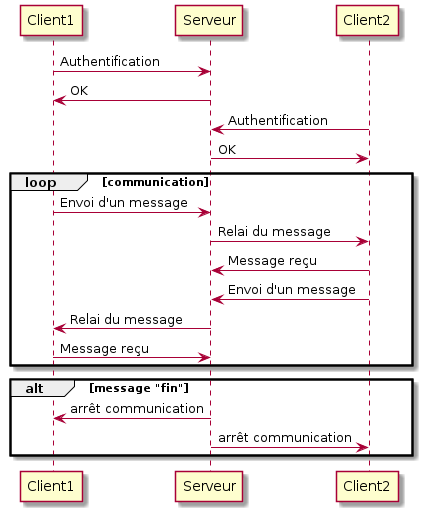
Before: out/diagseq/diagseq.png, a diagram exported from PlantUML (DisaroSkell/raipon_FDP).
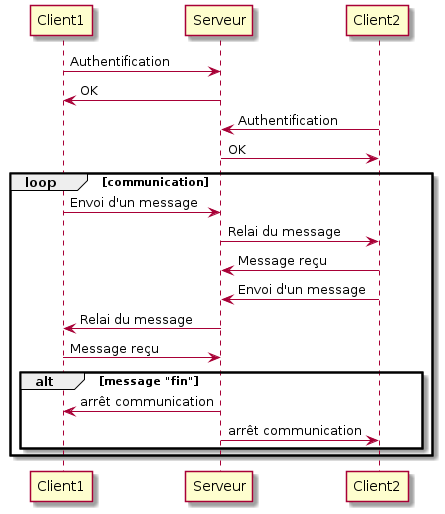
Later version of the same file.

Commit message:
derniere version sprint1 diagramme séquence

The edit, as a diff of the source:
```diff
@@ -11,9 +11,9 @@
 Client2 -> Serveur: Envoi d'un message
 Serveur -> Client1: Relai du message
 Client1 -> Serveur: Message reçu
-end
 alt message "fin"
     Serveur -> Client1: arrêt communication
     Serveur -> Client2: arrêt communication
 end
+end
 @enduml
```
